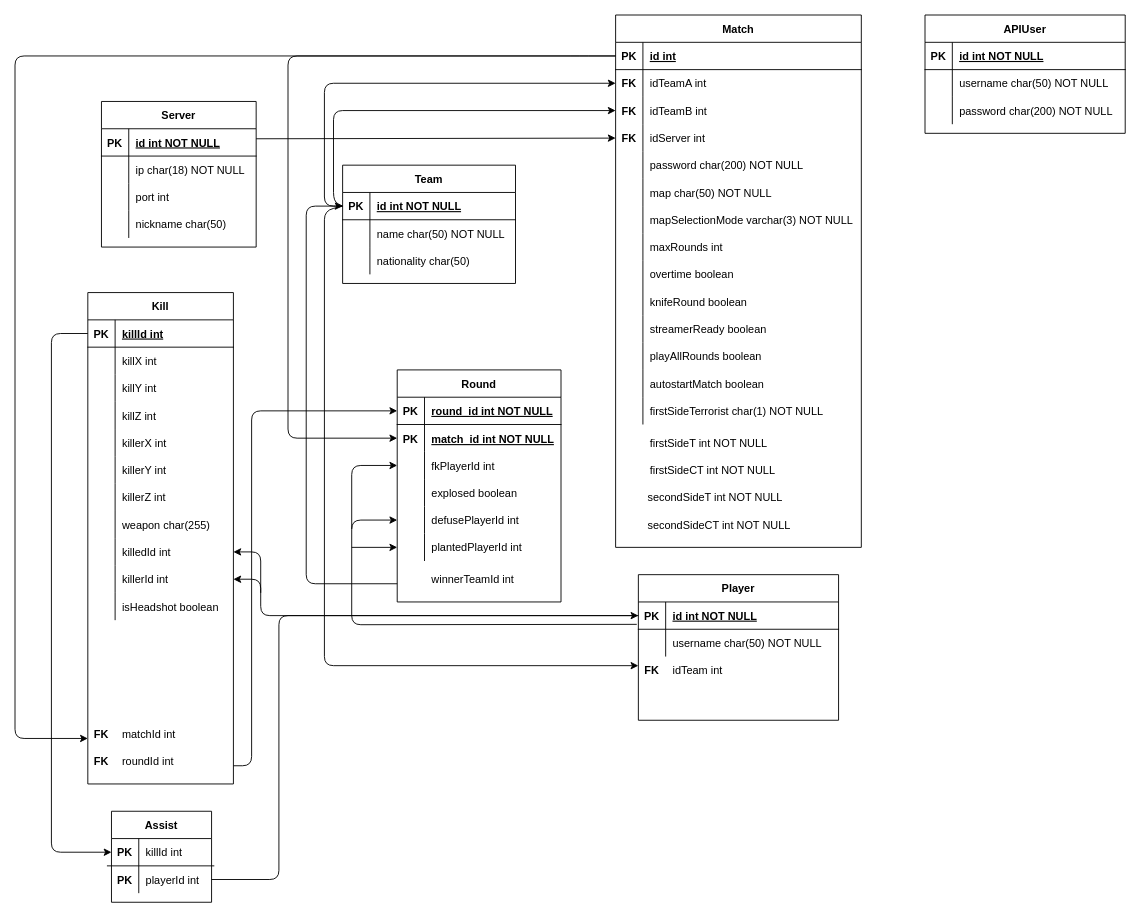
This is spec/confinebot_db.drawio from InsaLan/csgotron, a draw.io file, before an edit. Source tidied: cells renumbered, new cells numbered last; positions are measured from the earlier drawing's top-left corner, leaving out a move shared by most shapes. Both pictures are drawn from the tidied source at 91%, with x=0, y=0 at pixel (15, 15).
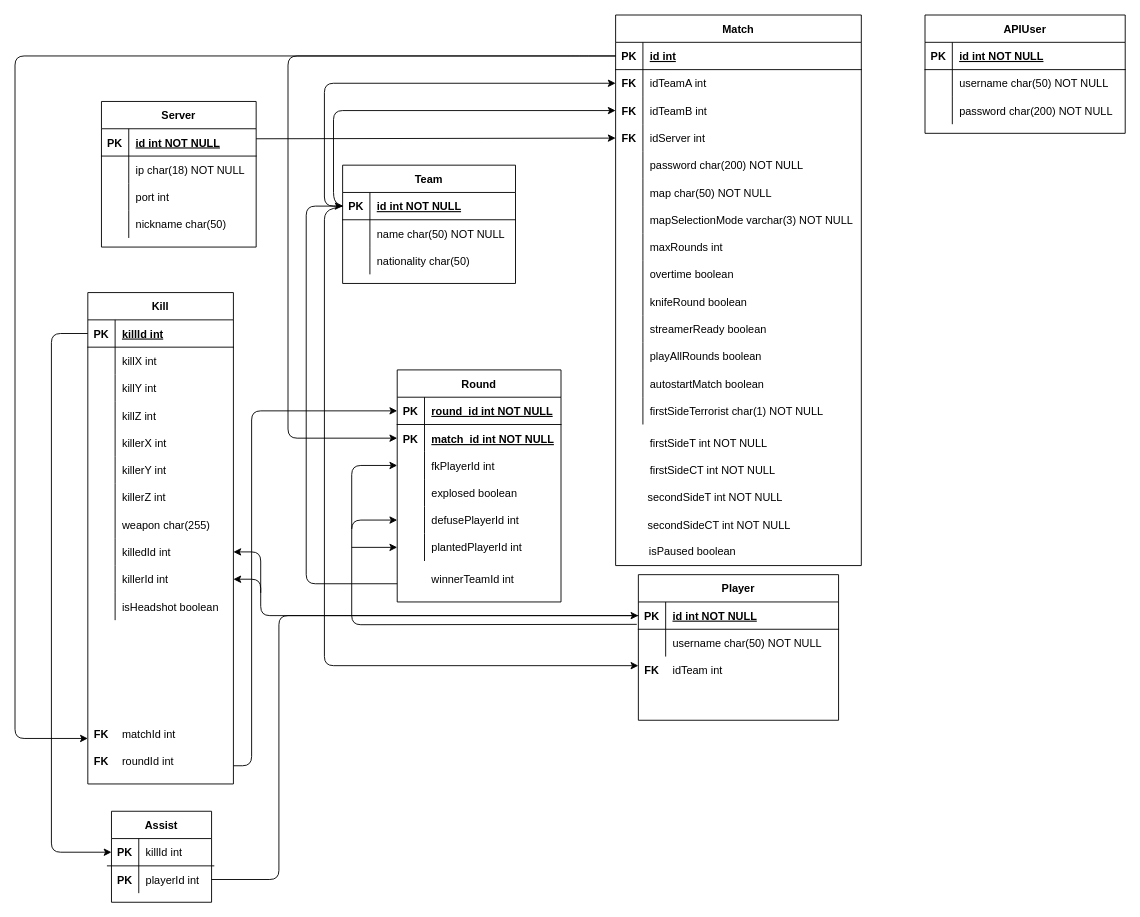
Above is the later version.

Commit message:
Update database diagram

What changed in the source:
```diff
@@
     <mxCell id="35" value="Match" style="shape=table;startSize=30;childLayout=tableLayout;rowLines=0;fontStyle=1;align=center;" parent="1" vertex="1">
-      <mxGeometry x="660" width="270" height="585" as="geometry" />
+      <mxGeometry x="660" width="270" height="605" as="geometry" />
     </mxCell>
@@
+    <mxCell id="179" value="isPaused boolean" style="shape=partialRectangle;overflow=hidden;fillColor=none;top=0;left=0;bottom=0;right=0;align=left;spacingLeft=6;" parent="1" vertex="1">
+      <mxGeometry x="689" y="574" width="240" height="30" as="geometry" />
+    </mxCell>
```
